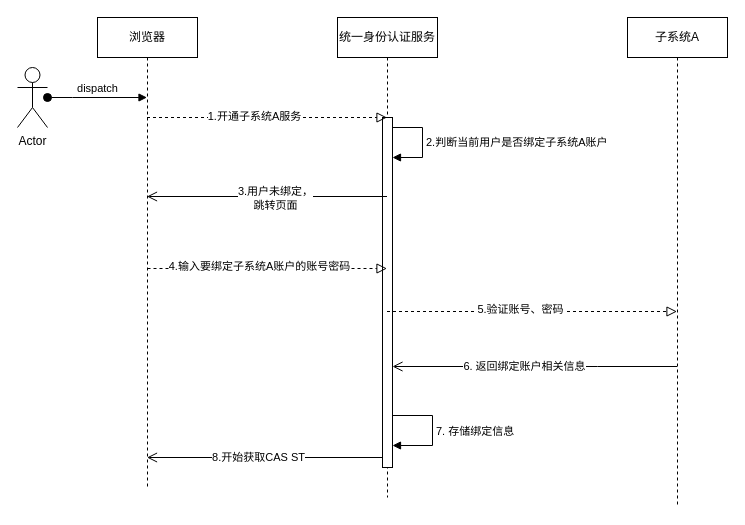
Before: sso绑定.drawio in BullLife/daw.io, a draw.io diagram. Source tidied: cells renumbered, new cells numbered last; positions are measured from the earlier drawing's top-left corner, leaving out a move shared by most shapes. Both pictures are drawn from the tidied source at 100%, with x=0, y=0 at pixel (17, 17).
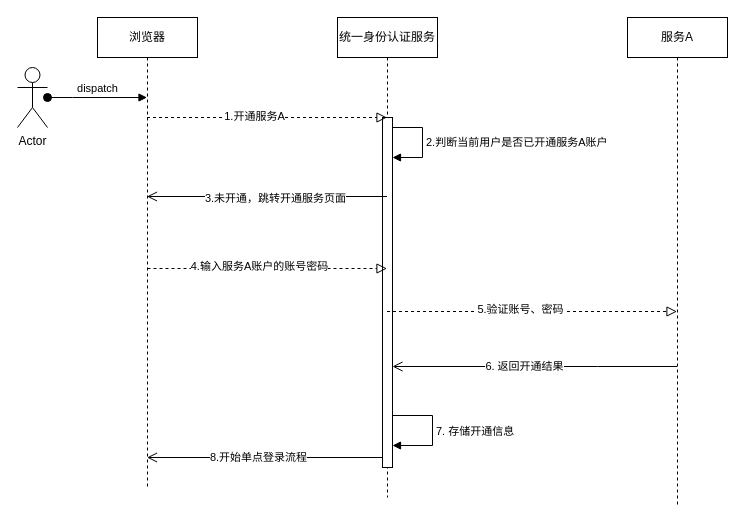
Above is the later version.

The change refers to these unchanged cells:
```xml
<mxCell id="3" value="统一身份认证服务" style="shape=umlLifeline;perimeter=lifelinePerimeter;whiteSpace=wrap;html=1;outlineConnect=0;portConstraint=eastwest;newEdgeStyle={&quot;edgeStyle&quot;:&quot;elbowEdgeStyle&quot;,&quot;elbow&quot;:&quot;vertical&quot;,&quot;curved&quot;:0,&quot;rounded&quot;:0};" parent="1" vertex="1">
  <mxGeometry x="320" width="100" height="480" as="geometry" />
</mxCell>
<mxCell id="4" style="html=1;points=[];perimeter=orthogonalPerimeter;outlineConnect=0;targetShapes=umlLifeline;portConstraint=eastwest;newEdgeStyle={&quot;edgeStyle&quot;:&quot;elbowEdgeStyle&quot;,&quot;elbow&quot;:&quot;vertical&quot;,&quot;curved&quot;:0,&quot;rounded&quot;:0};" parent="3" vertex="1">
  <mxGeometry x="45" y="100" width="10" height="350" as="geometry" />
</mxCell>
<mxCell id="7" style="endArrow=block;startArrow=none;endFill=0;startFill=0;endSize=8;html=1;verticalAlign=bottom;dashed=1;labelBackgroundColor=none;rounded=0;" parent="1" edge="1" target="3">
  <mxGeometry relative="1" as="geometry">
    <mxPoint x="129.5" y="100" as="sourcePoint" />
  </mxGeometry>
</mxCell>
<mxCell id="14" style="endArrow=open;startArrow=none;endFill=0;startFill=0;endSize=8;html=1;verticalAlign=bottom;labelBackgroundColor=none;strokeWidth=1;rounded=0;" parent="1" edge="1" source="3">
  <mxGeometry relative="1" as="geometry">
    <mxPoint x="129.5" y="179" as="targetPoint" />
  </mxGeometry>
</mxCell>
<mxCell id="16" style="endArrow=block;startArrow=none;endFill=0;startFill=0;endSize=8;html=1;verticalAlign=bottom;dashed=1;labelBackgroundColor=none;rounded=0;" parent="1" edge="1">
  <mxGeometry relative="1" as="geometry">
    <mxPoint x="130" y="251" as="sourcePoint" />
    <mxPoint x="369.5" y="251" as="targetPoint" />
  </mxGeometry>
</mxCell>
<mxCell id="18" style="endArrow=open;startArrow=none;endFill=0;startFill=0;endSize=8;html=1;verticalAlign=bottom;labelBackgroundColor=none;strokeWidth=1;rounded=0;" parent="1" edge="1">
  <mxGeometry relative="1" as="geometry">
    <mxPoint x="659.5" y="349" as="sourcePoint" />
    <mxPoint x="375" y="349" as="targetPoint" />
    <Array as="points">
      <mxPoint x="580" y="349" />
    </Array>
  </mxGeometry>
</mxCell>
<mxCell id="20" style="endArrow=open;startArrow=none;endFill=0;startFill=0;endSize=8;html=1;verticalAlign=bottom;labelBackgroundColor=none;strokeWidth=1;rounded=0;" parent="1" edge="1">
  <mxGeometry relative="1" as="geometry">
    <mxPoint x="365" y="440" as="sourcePoint" />
    <mxPoint x="129.5" y="440" as="targetPoint" />
  </mxGeometry>
</mxCell>
```

The edit, as a diff of the source:
```diff
@@
-    <mxCell id="5" value="2.判断当前用户是否绑定子系统A账户" style="html=1;align=left;spacingLeft=2;endArrow=block;rounded=0;edgeStyle=orthogonalEdgeStyle;curved=0;rounded=0;" parent="3" edge="1" source="4" target="4">
+    <mxCell id="5" value="2.判断当前用户是否已开通服务A账户" style="html=1;align=left;spacingLeft=2;endArrow=block;rounded=0;edgeStyle=orthogonalEdgeStyle;curved=0;rounded=0;" parent="3" edge="1" source="4" target="4">
       <mxGeometry x="0.01" relative="1" as="geometry">
         <Array as="points">
           <mxPoint x="85" y="110" />
           <mxPoint x="85" y="140" />
         </Array>
       </mxGeometry>
     </mxCell>
-    <mxCell id="6" value="7. 存储绑定信息" style="html=1;align=left;spacingLeft=2;endArrow=block;rounded=0;edgeStyle=orthogonalEdgeStyle;curved=0;rounded=0;" parent="3" edge="1">
+    <mxCell id="6" value="7. 存储开通信息" style="html=1;align=left;spacingLeft=2;endArrow=block;rounded=0;edgeStyle=orthogonalEdgeStyle;curved=0;rounded=0;" parent="3" edge="1">
       <mxGeometry x="0.01" relative="1" as="geometry">
         <mxPoint x="55" y="398" as="sourcePoint" />
         <mxPoint x="55" y="428" as="targetPoint" />
         <Array as="points">
           <mxPoint x="95" y="398" />
           <mxPoint x="95" y="428" />
         </Array>
       </mxGeometry>
     </mxCell>
@@
-    <mxCell id="8" value="1.开通子系统A服务" style="edgeLabel;html=1;align=center;verticalAlign=middle;" parent="7" vertex="1">
+    <mxCell id="8" value="1.开通服务A" style="edgeLabel;html=1;align=center;verticalAlign=middle;" parent="7" vertex="1">
       <mxGeometry x="-0.11" y="2" relative="1" as="geometry" />
     </mxCell>
-    <mxCell id="9" value="子系统A" style="shape=umlLifeline;perimeter=lifelinePerimeter;whiteSpace=wrap;html=1;newEdgeStyle={&quot;edgeStyle&quot;:&quot;elbowEdgeStyle&quot;,&quot;elbow&quot;:&quot;vertical&quot;,&quot;curved&quot;:0,&quot;rounded&quot;:0};" parent="1" vertex="1">
+    <mxCell id="9" value="服务A" style="shape=umlLifeline;perimeter=lifelinePerimeter;whiteSpace=wrap;html=1;newEdgeStyle={&quot;edgeStyle&quot;:&quot;elbowEdgeStyle&quot;,&quot;elbow&quot;:&quot;vertical&quot;,&quot;curved&quot;:0,&quot;rounded&quot;:0};" parent="1" vertex="1">
       <mxGeometry x="610" width="100" height="490" as="geometry" />
     </mxCell>
@@
-    <mxCell id="15" value="3.用户未绑定，&lt;br&gt;跳转页面" style="edgeLabel;html=1;align=center;verticalAlign=middle;" parent="14" vertex="1">
+    <mxCell id="15" value="3.未开通，跳转开通服务页面" style="edgeLabel;html=1;align=center;verticalAlign=middle;" parent="14" vertex="1">
       <mxGeometry x="0.24" y="1" relative="1" as="geometry">
         <mxPoint x="37" as="offset" />
       </mxGeometry>
     </mxCell>
@@
-    <mxCell id="17" value="4.输入要绑定子系统A账户的账号密码" style="edgeLabel;html=1;align=center;verticalAlign=middle;" parent="16" vertex="1">
+    <mxCell id="17" value="4.输入服务A账户的账号密码" style="edgeLabel;html=1;align=center;verticalAlign=middle;" parent="16" vertex="1">
       <mxGeometry x="-0.27" y="2" relative="1" as="geometry">
         <mxPoint x="24" y="-1" as="offset" />
       </mxGeometry>
     </mxCell>
@@
-    <mxCell id="19" value="6. 返回绑定账户相关信息" style="edgeLabel;html=1;align=center;verticalAlign=middle;" parent="18" vertex="1">
+    <mxCell id="19" value="6. 返回开通结果" style="edgeLabel;html=1;align=center;verticalAlign=middle;" parent="18" vertex="1">
       <mxGeometry x="0.24" y="4" relative="1" as="geometry">
         <mxPoint x="23" y="-5" as="offset" />
       </mxGeometry>
     </mxCell>
@@
-    <mxCell id="21" value="8.开始获取CAS ST" style="edgeLabel;html=1;align=center;verticalAlign=middle;" parent="20" vertex="1">
+    <mxCell id="21" value="8.开始单点登录流程" style="edgeLabel;html=1;align=center;verticalAlign=middle;" parent="20" vertex="1">
       <mxGeometry x="0.06" y="-1" relative="1" as="geometry" />
     </mxCell>
```
